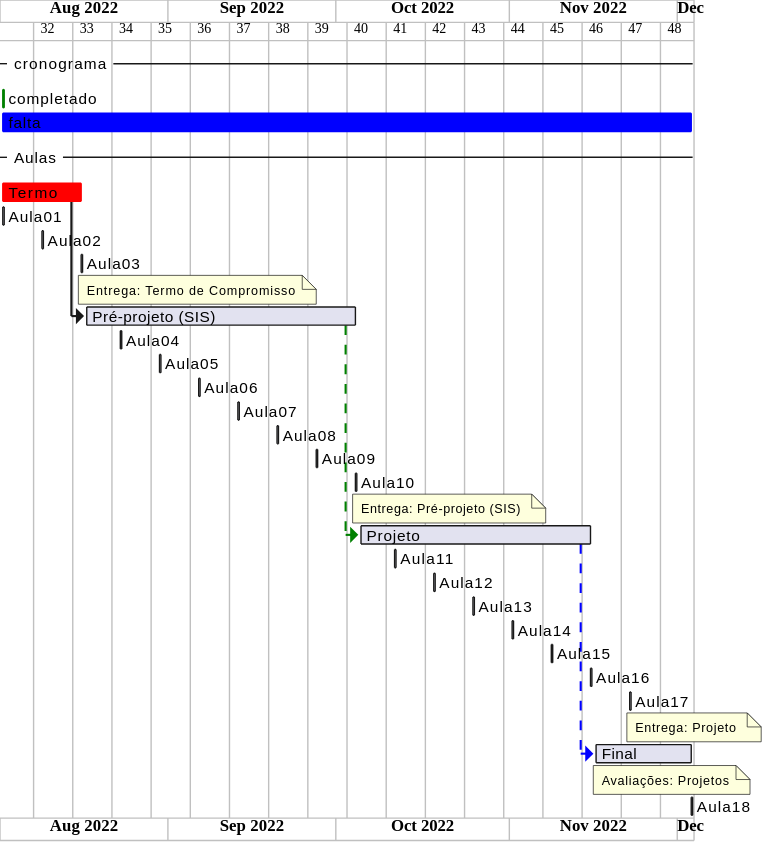
The PlantUML diagram svg/cronograma_SIS.svg in dalton-reis/disciplina_TCC1_Privado, before a commit. Its diagram source:
```plantuml
@startgantt cronograma_SIS

!$dataInicio = "2022-08-02"
!$dataFim  = "2022-12-03"
!$Aula01 = $dataInicio
!$Aula02 = "2022-08-09"
!$Aula03 = "2022-08-16"
!$Aula04 = "2022-08-23"
!$Aula05 = "2022-08-30"
!$Aula06 = "2022-09-06"
!$Aula07 = "2022-09-13"
!$Aula08 = "2022-09-20"
!$Aula09 = "2022-09-27"
!$Aula10 = "2022-10-04"
!$Aula11 = "2022-10-11"
!$Aula12 = "2022-10-18"
!$Aula13 = "2022-10-25"
!$Aula14 = "2022-11-01"
!$Aula15 = "2022-11-08"
!$Aula16 = "2022-11-15"
!$Aula17 = "2022-11-22"
!$Aula18 = "2022-11-29"
!$Aula18 = $dataFim

!$dataAtual  = $Aula01

ganttscale weekly

Project starts $dataInicio

-- cronograma --
[completado] is colored in green
[completado] starts $dataInicio and ends $dataAtual
[falta] starts $dataAtual and ends $dataFim
[falta] is colored in blue

-- Aulas --
[Termo] is colored in Red
[Termo]  starts $Aula01 and ends $Aula03
[Aula01] starts $Aula01 and ends $Aula01
[Aula02] starts $Aula02 and ends $Aula02
[Aula03] starts $Aula03 and ends $Aula03
note bottom
Entrega: Termo de Compromisso
end note
[Pré-projeto (SIS)] starts at [Termo]'s end
[Pré-projeto (SIS)] ends $Aula10
[Aula04] starts $Aula04 and ends $Aula04
[Aula05] starts $Aula05 and ends $Aula05
[Aula06] starts $Aula06 and ends $Aula06
[Aula07] starts $Aula07 and ends $Aula07
[Aula08] starts $Aula08 and ends $Aula08
[Aula09] starts $Aula09 and ends $Aula09
[Aula10] starts $Aula10 and ends $Aula10
note bottom
Entrega: Pré-projeto (SIS)
end note
[Projeto] starts at [Pré-projeto (SIS)]'s end with green dashed link
[Projeto] ends $Aula16
[Aula11] starts $Aula11 and ends $Aula11
[Aula12] starts $Aula12 and ends $Aula12
[Aula13] starts $Aula13 and ends $Aula13
[Aula14] starts $Aula14 and ends $Aula14
[Aula15] starts $Aula15 and ends $Aula15
[Aula16] starts $Aula16 and ends $Aula16
[Aula17] starts $Aula17 and ends $Aula17
note bottom
Entrega: Projeto
end note
[Final] starts at [Projeto]'s end with blue dashed link
[Final] ends $Aula18
note bottom
Avaliações: Projetos
end note
[Aula18] starts $Aula18 and ends $Aula18

@endgantt
```
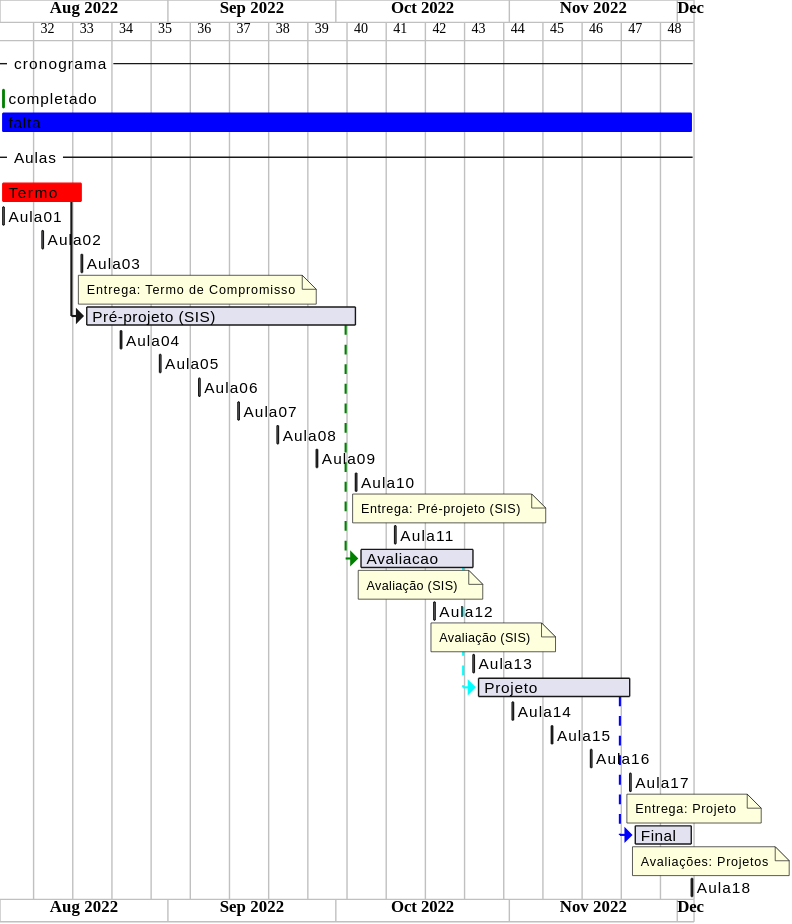
The same file after the commit.

The edit, as a diff of the source:
```diff
@@ -55,11 +55,19 @@
 note bottom
 Entrega: Pré-projeto (SIS)
 end note
-[Projeto] starts at [Pré-projeto (SIS)]'s end with green dashed link
-[Projeto] ends $Aula16
 [Aula11] starts $Aula11 and ends $Aula11
+[Avaliacao] starts at [Pré-projeto (SIS)]'s end with green dashed link
+[Avaliacao] ends $Aula13
+note bottom
+Avaliação (SIS)
+end note
 [Aula12] starts $Aula12 and ends $Aula12
+note bottom
+Avaliação (SIS)
+end note
 [Aula13] starts $Aula13 and ends $Aula13
+[Projeto] starts at [Avaliacao]'s end with cyan dashed link
+[Projeto] ends $Aula17
 [Aula14] starts $Aula14 and ends $Aula14
 [Aula15] starts $Aula15 and ends $Aula15
 [Aula16] starts $Aula16 and ends $Aula16
```
